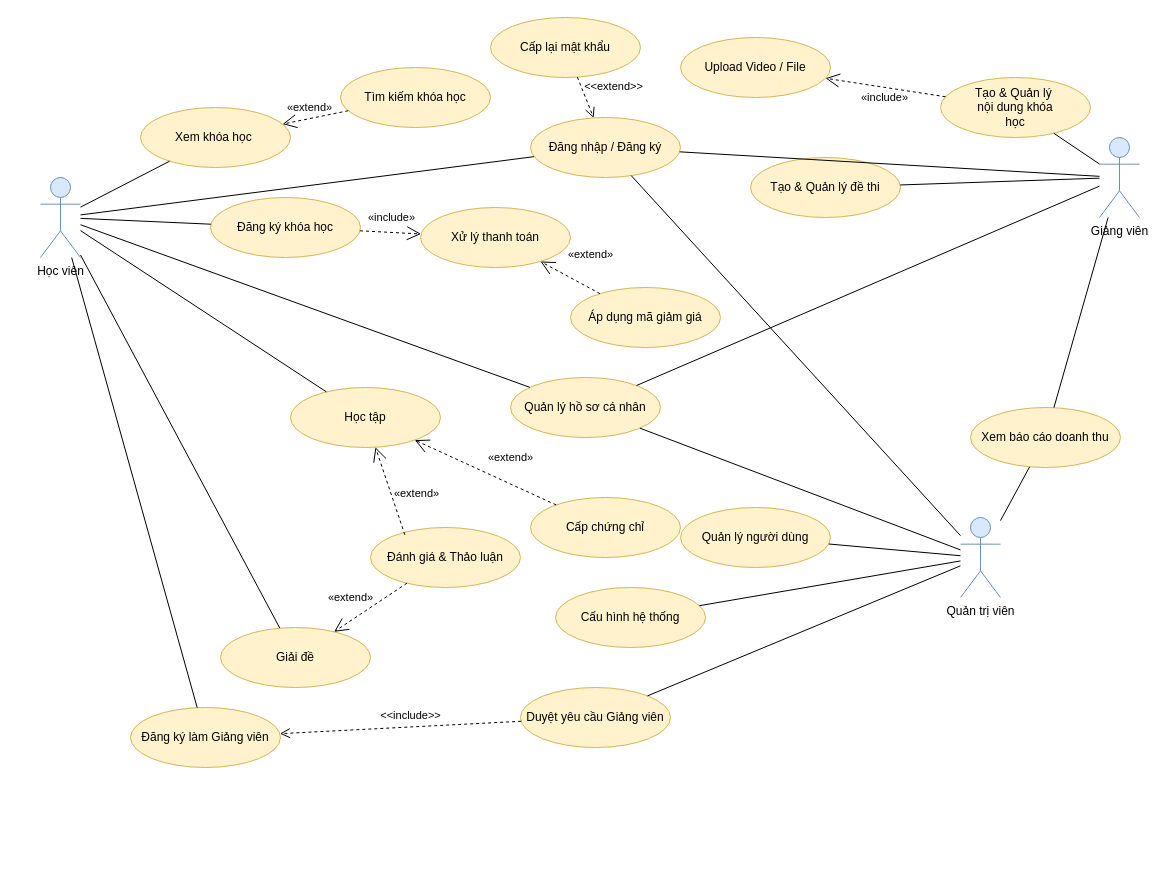
This is SystemDescription/Edumy_System_Usecase.drawio from EdumyVietNam/bussiness-diagram, a draw.io file, before an edit. Source tidied: cells renumbered, new cells numbered last; positions are measured from the earlier drawing's top-left corner, leaving out a move shared by most shapes. Both pictures are drawn from the tidied source at 100%, with x=0, y=0 at pixel (40, 17).
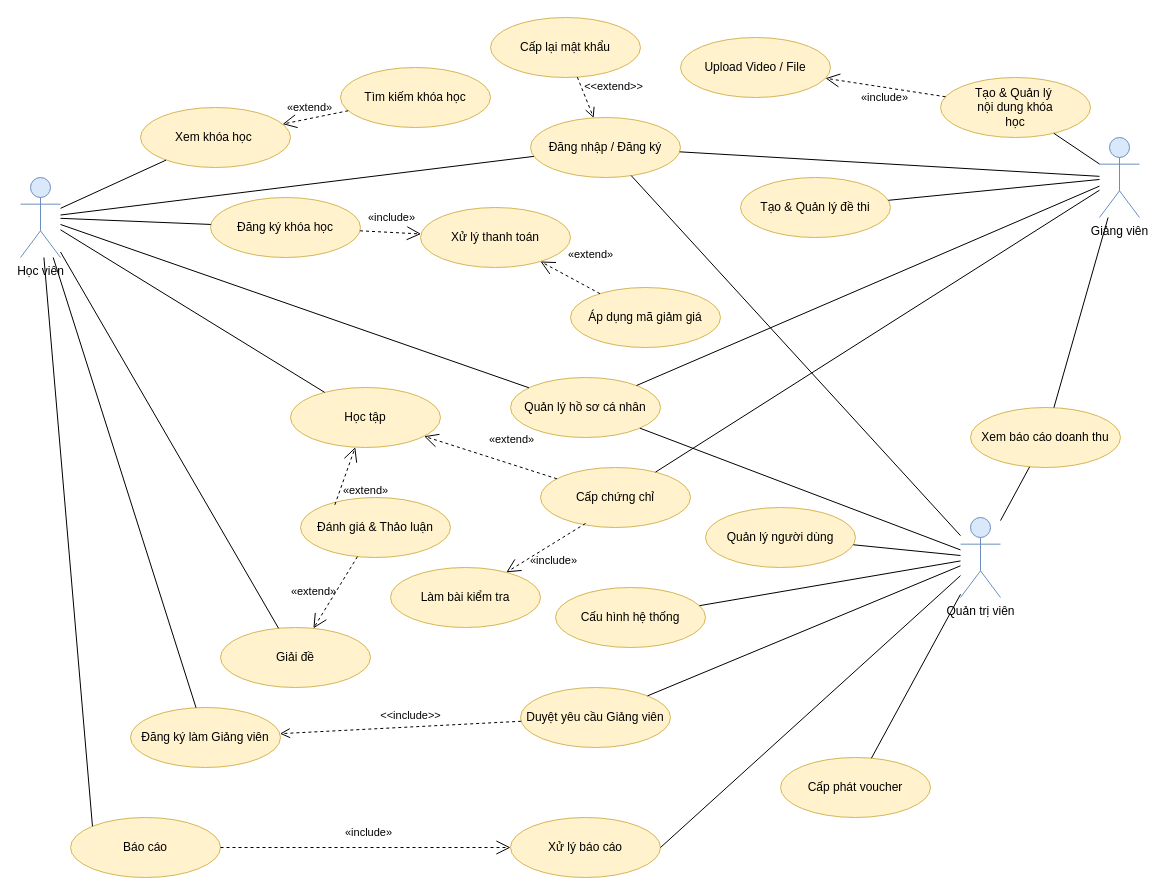
The same diagram, later.

Unchanged cells that the change refers to:
```xml
<mxCell id="3" value="Giảng viên" style="shape=umlActor;verticalLabelPosition=bottom;verticalAlign=top;html=1;outlineConnect=0;fillColor=#dae8fc;strokeColor=#6c8ebf;" parent="1" vertex="1">
  <mxGeometry x="1059" y="120" width="40" height="80" as="geometry" />
</mxCell>
<mxCell id="4" value="Quản trị viên" style="shape=umlActor;verticalLabelPosition=bottom;verticalAlign=top;html=1;outlineConnect=0;fillColor=#dae8fc;strokeColor=#6c8ebf;" parent="1" vertex="1">
  <mxGeometry x="920" y="500" width="40" height="80" as="geometry" />
</mxCell>
```

What changed in the source:
```diff
@@
     <mxCell id="2" value="Học viên" style="shape=umlActor;verticalLabelPosition=bottom;verticalAlign=top;html=1;outlineConnect=0;fillColor=#dae8fc;strokeColor=#6c8ebf;" parent="1" vertex="1">
-      <mxGeometry y="160" width="40" height="80" as="geometry" />
+      <mxGeometry x="-20" y="160" width="40" height="80" as="geometry" />
     </mxCell>
@@
     <mxCell id="7" value="Đánh giá &amp; Thảo luận" style="ellipse;whiteSpace=wrap;html=1;fillColor=#fff2cc;strokeColor=#d6b656;" parent="1" vertex="1">
-      <mxGeometry x="330" y="510" width="150" height="60" as="geometry" />
+      <mxGeometry x="260" y="480" width="150" height="60" as="geometry" />
     </mxCell>
@@
     <mxCell id="14" value="Cấp chứng chỉ" style="ellipse;whiteSpace=wrap;html=1;fillColor=#fff2cc;strokeColor=#d6b656;" parent="1" vertex="1">
-      <mxGeometry x="490" y="480" width="150" height="60" as="geometry" />
+      <mxGeometry x="500" y="450" width="150" height="60" as="geometry" />
     </mxCell>
@@
     <mxCell id="19" value="Tạo &amp; Quản lý đề thi" style="ellipse;whiteSpace=wrap;html=1;fillColor=#fff2cc;strokeColor=#d6b656;" parent="1" vertex="1">
-      <mxGeometry x="710" y="140" width="150" height="60" as="geometry" />
+      <mxGeometry x="700" y="160" width="150" height="60" as="geometry" />
     </mxCell>
@@
     <mxCell id="21" value="Quản lý người dùng" style="ellipse;whiteSpace=wrap;html=1;fillColor=#fff2cc;strokeColor=#d6b656;" parent="1" vertex="1">
-      <mxGeometry x="640" y="490" width="150" height="60" as="geometry" />
+      <mxGeometry x="665" y="490" width="150" height="60" as="geometry" />
     </mxCell>
@@
+    <mxCell id="52" value="Báo cáo" style="ellipse;whiteSpace=wrap;html=1;fillColor=#fff2cc;strokeColor=#d6b656;" parent="1" vertex="1">
+      <mxGeometry x="30" y="800" width="150" height="60" as="geometry" />
+    </mxCell>
+    <mxCell id="53" value="Xử lý báo cáo" style="ellipse;whiteSpace=wrap;html=1;fillColor=#fff2cc;strokeColor=#d6b656;" parent="1" vertex="1">
+      <mxGeometry x="470" y="800" width="150" height="60" as="geometry" />
+    </mxCell>
+    <mxCell id="54" style="endArrow=none;html=1;rounded=0;strokeColor=#000000;entryX=0;entryY=0;entryDx=0;entryDy=0;" parent="1" edge="1" source="2" target="52">
+      <mxGeometry relative="1" as="geometry" />
+    </mxCell>
+    <mxCell id="55" style="endArrow=none;html=1;rounded=0;strokeColor=#000000;entryX=1;entryY=0.5;entryDx=0;entryDy=0;" parent="1" edge="1" source="4" target="53">
+      <mxGeometry relative="1" as="geometry" />
+    </mxCell>
+    <mxCell id="56" value="«include»" style="endArrow=open;endSize=12;dashed=1;html=1;rounded=0;strokeColor=#000000;labelBackgroundColor=none;entryX=0;entryY=0.5;entryDx=0;entryDy=0;" parent="1" edge="1" source="52" target="53">
+      <mxGeometry x="0.02" y="15" relative="1" as="geometry" />
+    </mxCell>
+    <mxCell id="57" value="Cấp phát voucher" style="ellipse;whiteSpace=wrap;html=1;fillColor=#fff2cc;strokeColor=#d6b656;" parent="1" vertex="1">
+      <mxGeometry x="740" y="740" width="150" height="60" as="geometry" />
+    </mxCell>
+    <mxCell id="58" style="endArrow=none;html=1;rounded=0;strokeColor=#000000;" parent="1" edge="1" source="4" target="57">
+      <mxGeometry relative="1" as="geometry" />
+    </mxCell>
+    <mxCell id="59" value="Làm bài kiểm tra" style="ellipse;whiteSpace=wrap;html=1;fillColor=#fff2cc;strokeColor=#d6b656;" parent="1" vertex="1">
+      <mxGeometry x="350" y="550" width="150" height="60" as="geometry" />
+    </mxCell>
+    <mxCell id="60" value="«include»" style="endArrow=open;endSize=12;dashed=1;html=1;rounded=0;strokeColor=#000000;labelBackgroundColor=none;exitX=0.3;exitY=0.933;exitDx=0;exitDy=0;exitPerimeter=0;" parent="1" edge="1" source="14" target="59">
+      <mxGeometry x="0.02" y="15" relative="1" as="geometry" />
+    </mxCell>
+    <mxCell id="61" style="endArrow=none;html=1;" parent="1" edge="1" source="14" target="3">
+      <mxGeometry relative="1" as="geometry" />
+    </mxCell>
```
